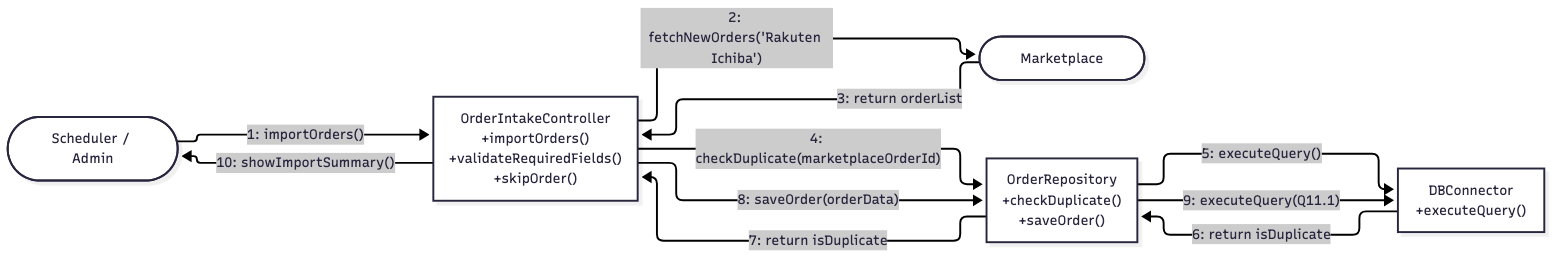
The Mermaid diagram 03-chapter2-use-case-descriptions/diagrams/png/4A-collaboration.png in xbpkdi/321-sa-proj, before a commit. Its source is kept beside it as 03-chapter2-use-case-descriptions/diagrams/mmd/4A-collaboration.mmd.
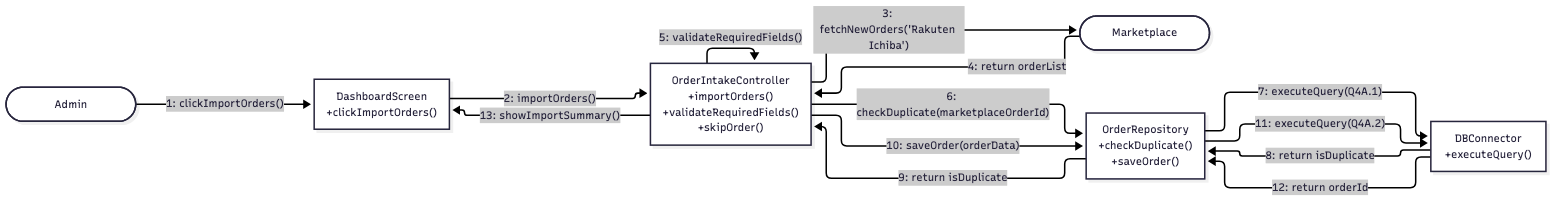
Later version of the same file.

Change to the diagram source:
```diff
@@ -1,18 +1,22 @@
 %%{init: {'flowchart': {'nodeSpacing': 50, 'rankSpacing': 90, 'curve': 'linear'}}}%%
 graph LR
-    Sched(["Scheduler / Admin"])
+    Admin(["Admin"])
+    Screen["DashboardScreen<br/>+clickImportOrders()"]
     OIC["OrderIntakeController<br/>+importOrders()<br/>+validateRequiredFields()<br/>+skipOrder()"]
     MP(["Marketplace"])
     OrderRepo["OrderRepository<br/>+checkDuplicate()<br/>+saveOrder()"]
     DB["DBConnector<br/>+executeQuery()"]
 
-    Sched -->|"1: importOrders()"| OIC
-    OIC -->|"2: fetchNewOrders('Rakuten Ichiba')"| MP
-    MP -->|"3: return orderList"| OIC
-    OIC -->|"4: checkDuplicate(marketplaceOrderId)"| OrderRepo
-    OrderRepo -->|"5: executeQuery()"| DB
-    DB -->|"6: return isDuplicate"| OrderRepo
-    OrderRepo -->|"7: return isDuplicate"| OIC
-    OIC -->|"8: saveOrder(orderData)"| OrderRepo
-    OrderRepo -->|"9: executeQuery(Q11.1)"| DB
-    OIC -->|"10: showImportSummary()"| Sched
+    Admin -->|"1: clickImportOrders()"| Screen
+    Screen -->|"2: importOrders()"| OIC
+    OIC -->|"3: fetchNewOrders('Rakuten Ichiba')"| MP
+    MP -->|"4: return orderList"| OIC
+    OIC -->|"5: validateRequiredFields()"| OIC
+    OIC -->|"6: checkDuplicate(marketplaceOrderId)"| OrderRepo
+    OrderRepo -->|"7: executeQuery(Q4A.1)"| DB
+    DB -->|"8: return isDuplicate"| OrderRepo
+    OrderRepo -->|"9: return isDuplicate"| OIC
+    OIC -->|"10: saveOrder(orderData)"| OrderRepo
+    OrderRepo -->|"11: executeQuery(Q4A.2)"| DB
+    DB -->|"12: return orderId"| OrderRepo
+    OIC -->|"13: showImportSummary()"| Screen
```
